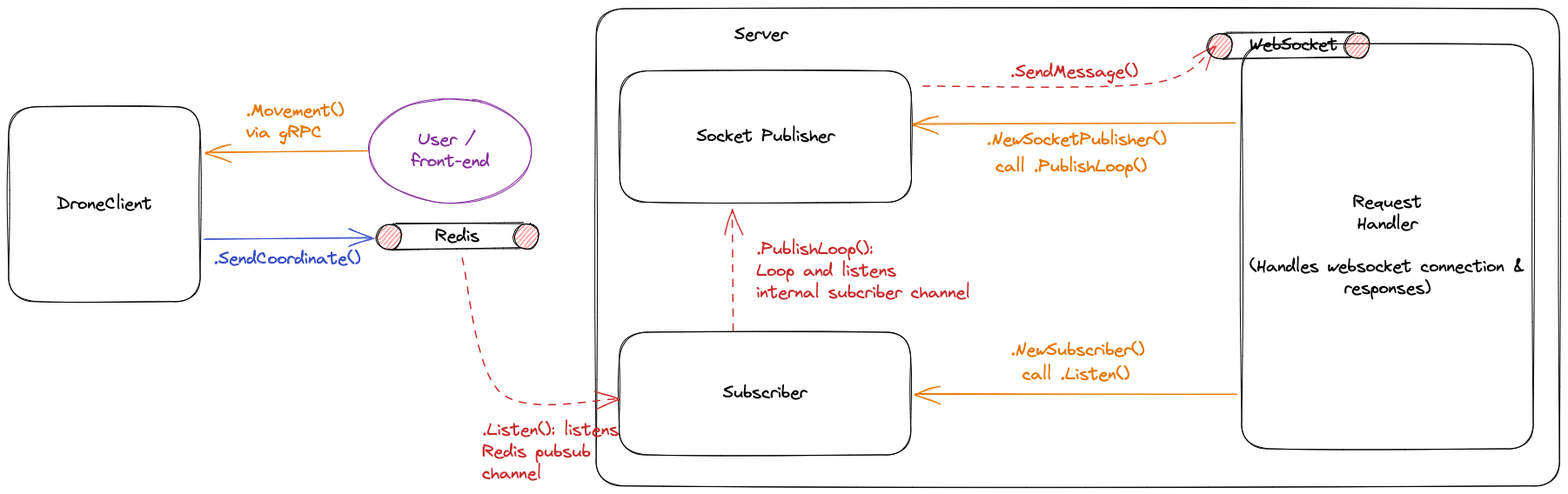
jasonkwh/droneshield-test keeps this Excalidraw diagram as doc/images/architecture.excalidraw.png. Above is the earlier version. Source tidied: one line per element, renumbered; positions are measured from the earlier drawing's top-left corner, leaving out a move shared by most shapes.
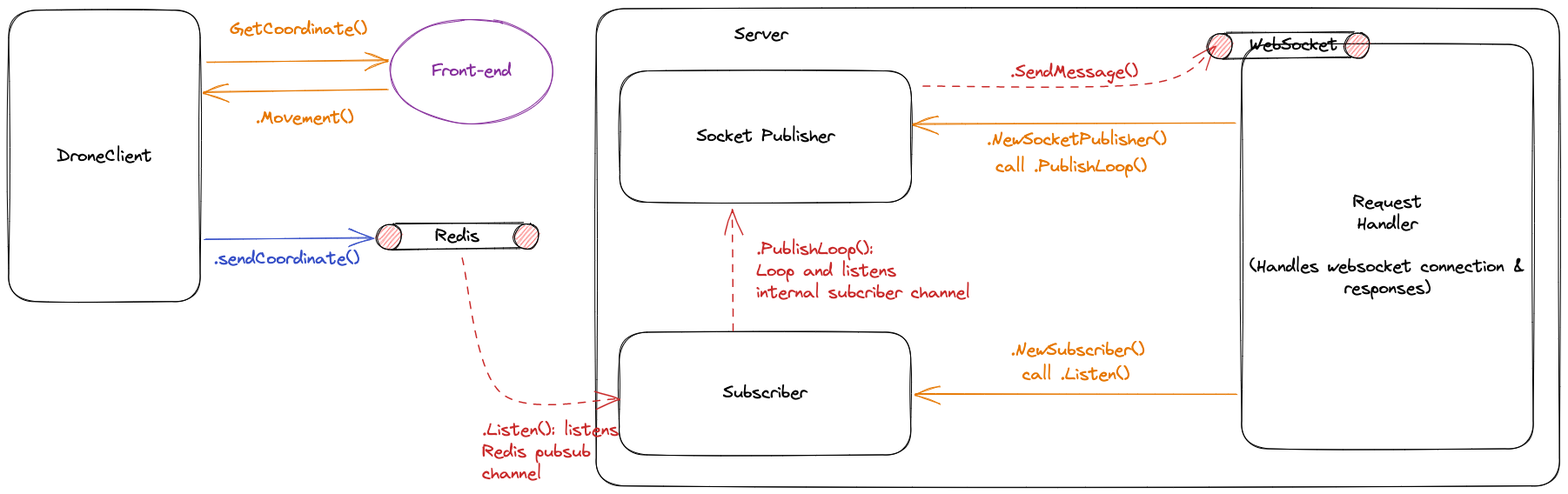
The same file after the commit.

Commit message:
update arch diagram, private sendCoordinate

Change to the diagram source:
```diff
@@ -1,18 +1,18 @@
-{"id": 0, "type": "rectangle", "strokeColor": "#000000", "strokeWidth": 1, "roughness": 1, "round": true, "x": 0, "y": 113, "width": 220, "height": 224}
+{"id": 0, "type": "rectangle", "strokeColor": "#000000", "strokeWidth": 1, "roughness": 1, "round": true, "x": 0, "y": 2, "width": 220, "height": 335}
-{"id": 1, "type": "text", "text": "DroneClient", "strokeColor": "#000000", "strokeWidth": 1, "roughness": 1, "fontSize": 20, "fontFamily": 1, "textAlign": "center", "verticalAlign": "middle", "inside": 0, "x": 55, "y": 212, "width": 110, "height": 25}
+{"id": 1, "type": "text", "text": "DroneClient", "strokeColor": "#000000", "strokeWidth": 1, "roughness": 1, "fontSize": 20, "fontFamily": 1, "textAlign": "center", "verticalAlign": "middle", "inside": 0, "x": 55, "y": 157, "width": 110, "height": 25}
 {"id": 2, "type": "rectangle", "strokeColor": "#000000", "strokeWidth": 1, "roughness": 1, "round": true, "x": 675, "y": 0, "width": 1107, "height": 549}
 {"id": 3, "type": "rectangle", "strokeColor": "#000000", "strokeWidth": 1, "roughness": 1, "round": true, "x": 702, "y": 372, "width": 335, "height": 141}
 {"id": 4, "type": "text", "text": "Subscriber", "strokeColor": "#000000", "strokeWidth": 1, "roughness": 1, "fontSize": 19.89, "fontFamily": 1, "textAlign": "center", "verticalAlign": "middle", "inside": 3, "x": 821, "y": 430, "width": 97, "height": 25}
-{"id": 5, "type": "arrow", "strokeColor": "#364fc7", "strokeWidth": 1, "roughness": 1, "endArrowhead": "arrow", "round": true, "from": 6, "to": 15, "x": 224, "y": 265, "width": 193, "height": 1, "points": [[0, 0], [193, -1]]}
+{"id": 5, "type": "arrow", "strokeColor": "#364fc7", "strokeWidth": 1, "roughness": 1, "endArrowhead": "arrow", "round": true, "from": 6, "to": 15, "x": 225, "y": 265, "width": 192, "height": 1, "points": [[0, 0], [192, -1]]}
-{"id": 6, "type": "text", "text": ".SendCoordinate()", "strokeColor": "#364fc7", "strokeWidth": 1, "roughness": 1, "fontSize": 20, "fontFamily": 1, "x": 236, "y": 275, "width": 169, "height": 25}
+{"id": 6, "type": "text", "text": ".sendCoordinate()", "strokeColor": "#364fc7", "strokeWidth": 1, "roughness": 1, "fontSize": 20, "fontFamily": 1, "x": 236, "y": 275, "width": 167, "height": 25}
 {"id": 7, "type": "text", "text": "call .PublishLoop()", "strokeColor": "#e67700", "strokeWidth": 1, "roughness": 1, "fontSize": 20, "fontFamily": 1, "x": 1134, "y": 169, "width": 174, "height": 25}
 {"id": 8, "type": "text", "text": "call .Listen()", "strokeColor": "#e67700", "strokeWidth": 1, "roughness": 1, "fontSize": 20, "fontFamily": 1, "x": 1165, "y": 408, "width": 123, "height": 25}
-{"id": 9, "type": "arrow", "strokeColor": "#e67700", "strokeWidth": 1, "roughness": 1, "endArrowhead": "arrow", "round": true, "from": 13, "to": 0, "x": 412, "y": 163, "width": 187, "height": 3, "points": [[0, 0], [-187, 3]]}
+{"id": 9, "type": "arrow", "strokeColor": "#e67700", "strokeWidth": 1, "roughness": 1, "endArrowhead": "arrow", "round": true, "from": 13, "to": 0, "x": 436, "y": 92, "width": 213, "height": 4, "points": [[0, 0], [-213, 4]]}
 {"id": 10, "type": "text", "text": ".NewSubscriber()", "strokeColor": "#e67700", "strokeWidth": 1, "roughness": 1, "fontSize": 20, "fontFamily": 1, "x": 1151, "y": 380, "width": 154, "height": 25}
 {"id": 11, "type": "text", "text": ".SendMessage()", "strokeColor": "#c92a2a", "strokeWidth": 1, "roughness": 1, "fontSize": 20, "fontFamily": 1, "x": 1151, "y": 60, "width": 147, "height": 25}
-{"id": 12, "type": "text", "text": ".Movement()\nvia gRPC", "strokeColor": "#e67700", "strokeWidth": 1, "roughness": 1, "fontSize": 20, "fontFamily": 1, "x": 273, "y": 105, "width": 113, "height": 50}
+{"id": 12, "type": "text", "text": ".Movement()", "strokeColor": "#e67700", "strokeWidth": 1, "roughness": 1, "fontSize": 20, "fontFamily": 1, "x": 284, "y": 113, "width": 113, "height": 25}
-{"id": 13, "type": "ellipse", "strokeColor": "#862e9c", "strokeWidth": 1, "roughness": 1, "round": true, "x": 414, "y": 103, "width": 188, "height": 120}
+{"id": 13, "type": "ellipse", "strokeColor": "#862e9c", "strokeWidth": 1, "roughness": 1, "round": true, "x": 438, "y": 12, "width": 188, "height": 120}
-{"id": 14, "type": "text", "text": "User / \nfront-end", "strokeColor": "#862e9c", "strokeWidth": 1, "roughness": 1, "fontSize": 20, "fontFamily": 1, "textAlign": "center", "verticalAlign": "middle", "inside": 13, "x": 463, "y": 138, "width": 90, "height": 50}
+{"id": 14, "type": "text", "text": "Front-end", "strokeColor": "#862e9c", "strokeWidth": 1, "roughness": 1, "fontSize": 20, "fontFamily": 1, "textAlign": "center", "verticalAlign": "middle", "inside": 13, "x": 486, "y": 59, "width": 92, "height": 25}
 {"id": 15, "type": "ellipse", "strokeColor": "#000000", "backgroundColor": "#fa5252", "fillStyle": "hachure", "strokeWidth": 1, "roughness": 1, "round": true, "x": 423, "y": 248, "width": 29, "height": 30}
 {"id": 16, "type": "line", "strokeColor": "#000000", "backgroundColor": "#fa5252", "fillStyle": "hachure", "strokeWidth": 1, "roughness": 1, "round": true, "x": 444, "y": 248, "width": 147, "height": 2, "points": [[0, 0], [147, -2]]}
 {"id": 17, "type": "line", "strokeColor": "#000000", "backgroundColor": "#fa5252", "fillStyle": "hachure", "strokeWidth": 1, "roughness": 1, "round": true, "x": 441, "y": 278, "width": 146, "height": 3, "points": [[0, 0], [146, -3]]}
@@ -36,3 +36,5 @@
 {"id": 35, "type": "text", "text": "WebSocket", "strokeColor": "#000000", "strokeWidth": 1, "strokeStyle": "dashed", "roughness": 1, "fontSize": 20, "fontFamily": 1, "x": 1426, "y": 29, "width": 101, "height": 25}
 {"id": 36, "type": "text", "text": ".PublishLoop():\nLoop and listens\ninternal subcriber channel", "strokeColor": "#c92a2a", "strokeWidth": 1, "roughness": 1, "fontSize": 20, "fontFamily": 1, "x": 859, "y": 264, "width": 246, "height": 75}
 {"id": 37, "type": "text", "text": ".Listen(): listens\nRedis pubsub \nchannel", "strokeColor": "#c92a2a", "strokeWidth": 1, "roughness": 1, "fontSize": 20, "fontFamily": 1, "x": 544, "y": 472, "width": 157, "height": 75}
+{"id": 38, "type": "arrow", "strokeColor": "#e67700", "strokeWidth": 1, "roughness": 1, "endArrowhead": "arrow", "round": true, "from": 0, "to": 13, "x": 228, "y": 61, "width": 208, "height": 1, "points": [[0, 0], [208, -1]]}
+{"id": 39, "type": "text", "text": "GetCoordinate()", "strokeColor": "#e67700", "strokeWidth": 1, "roughness": 1, "fontSize": 20, "fontFamily": 1, "x": 254, "y": 11, "width": 157, "height": 25}
```
